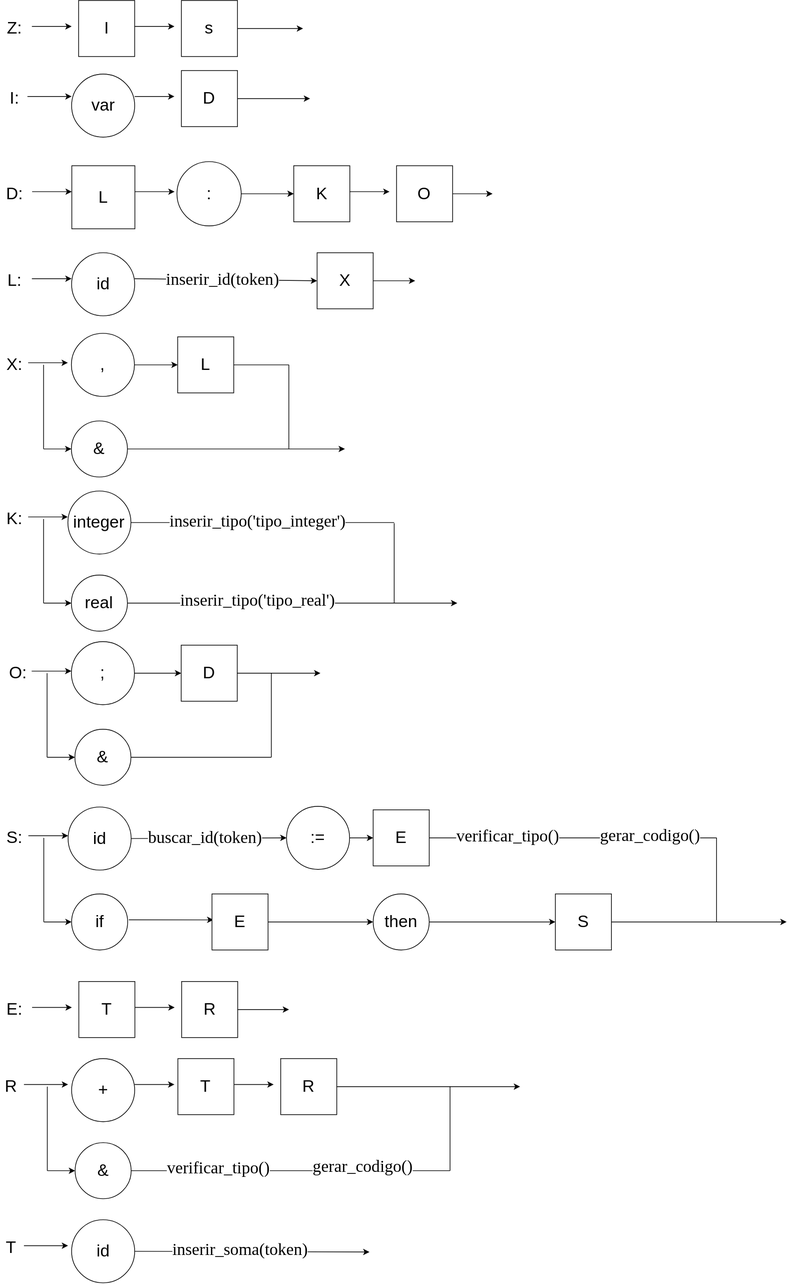
The draw.io diagram grafosSintaticos.svg in samuel4oliveira/compiladores-1, before a commit. Source tidied: cells renumbered, new cells last; positions are measured from the earlier drawing's top-left corner, leaving out a move shared by most shapes.
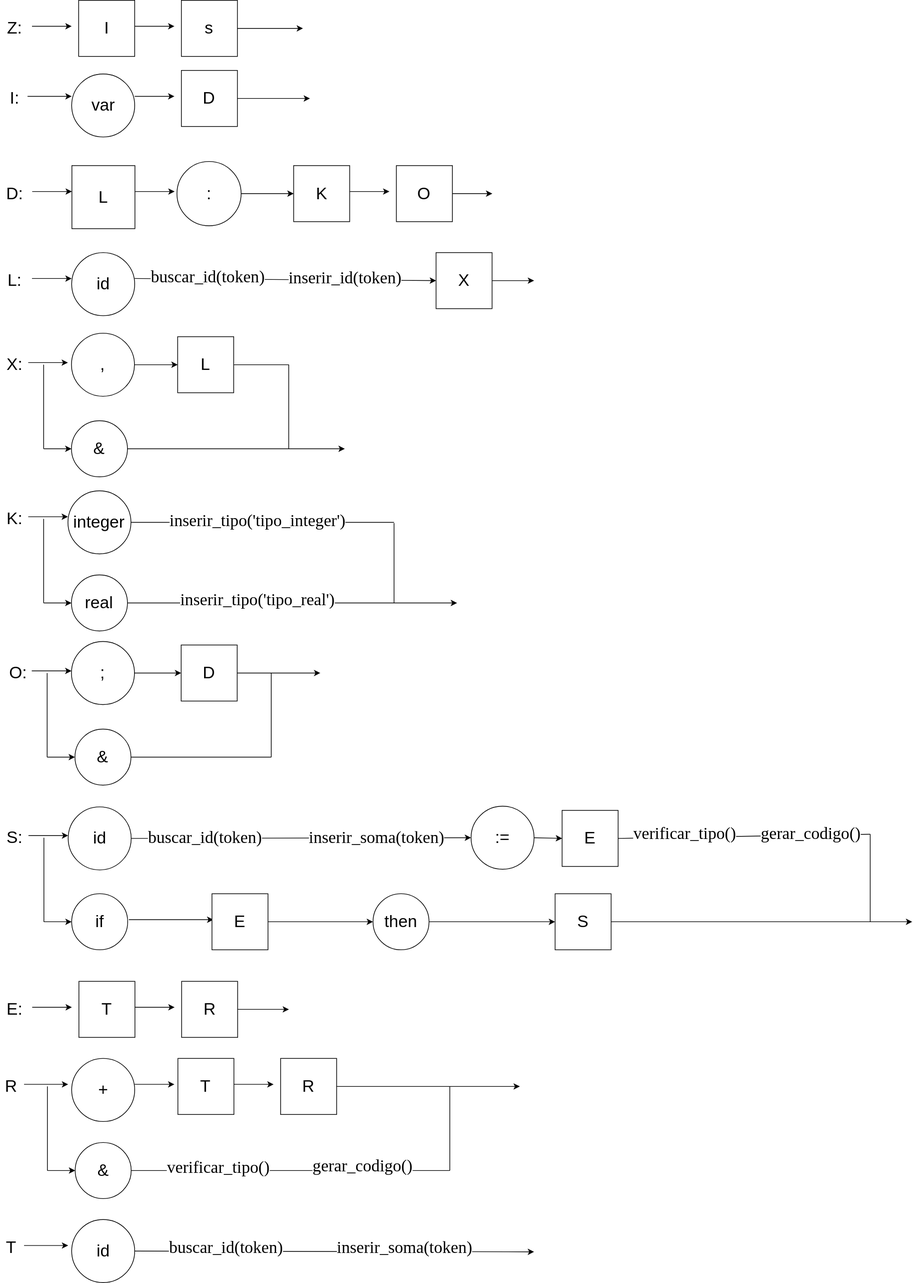
The same diagram one commit later.

Change to the diagram source:
```diff
@@ -206,13 +206,13 @@
       </mxGeometry>
     </mxCell>
     <mxCell id="53" value="&lt;font style=&quot;font-size: 24px&quot;&gt;:=&lt;/font&gt;" style="ellipse;whiteSpace=wrap;html=1;" parent="1" vertex="1">
-      <mxGeometry x="408.4" y="1150" width="90" height="90" as="geometry" />
+      <mxGeometry x="672" y="1150" width="90" height="90" as="geometry" />
     </mxCell>
     <mxCell id="54" style="endArrow=classic;html=1;exitX=1;exitY=0.5;exitDx=0;exitDy=0;entryX=0;entryY=0.5;entryDx=0;entryDy=0;" parent="1" edge="1" source="53" target="55">
       <mxGeometry relative="1" as="geometry" />
     </mxCell>
     <mxCell id="55" value="&lt;span style=&quot;font-size: 24px&quot;&gt;E&lt;/span&gt;" style="whiteSpace=wrap;html=1;" parent="1" vertex="1">
-      <mxGeometry x="532" y="1155" width="80" height="80" as="geometry" />
+      <mxGeometry x="802" y="1156" width="80" height="80" as="geometry" />
     </mxCell>
     <mxCell id="56" style="endArrow=classic;html=1;exitX=1.133;exitY=0.35;exitDx=0;exitDy=0;exitPerimeter=0;entryX=0.025;entryY=0.463;entryDx=0;entryDy=0;entryPerimeter=0;" parent="1" edge="1" target="57">
       <mxGeometry relative="1" as="geometry">
@@ -324,11 +324,11 @@
     </mxCell>
     <mxCell id="83" value="&lt;font style=&quot;font-size: 24px&quot; face=&quot;Comic Sans MS&quot;&gt;inserir_id(token)&lt;/font&gt;" style="text;html=1;align=center;verticalAlign=middle;labelBackgroundColor=#ffffff;" parent="82" vertex="1">
       <mxGeometry x="-0.08" y="1" relative="1" as="geometry">
-        <mxPoint x="4" y="-1" as="offset" />
+        <mxPoint x="103.2" y="-2.4" as="offset" />
       </mxGeometry>
     </mxCell>
     <mxCell id="84" value="&lt;span style=&quot;font-size: 24px&quot;&gt;X&lt;/span&gt;" style="whiteSpace=wrap;html=1;" parent="1" vertex="1">
-      <mxGeometry x="452" y="360" width="80" height="80" as="geometry" />
+      <mxGeometry x="622" y="360" width="80" height="80" as="geometry" />
     </mxCell>
     <mxCell id="85" value="&lt;span style=&quot;font-size: 24px&quot;&gt;id&lt;/span&gt;" style="ellipse;whiteSpace=wrap;html=1;" parent="1" vertex="1">
       <mxGeometry x="101.7" y="360" width="90" height="90" as="geometry" />
@@ -385,18 +385,18 @@
     </mxCell>
     <mxCell id="95" style="endArrow=none;html=1;exitX=1;exitY=0.5;exitDx=0;exitDy=0;" parent="1" edge="1" source="55">
       <mxGeometry relative="1" as="geometry">
-        <mxPoint x="1022" y="1195" as="targetPoint" />
+        <mxPoint x="1242" y="1190" as="targetPoint" />
       </mxGeometry>
     </mxCell>
     <mxCell id="96" style="endArrow=classic;html=1;exitX=1;exitY=0.5;exitDx=0;exitDy=0;" parent="1" edge="1" source="61">
       <mxGeometry relative="1" as="geometry">
-        <mxPoint x="1122" y="1315" as="targetPoint" />
+        <mxPoint x="1302" y="1315" as="targetPoint" />
       </mxGeometry>
     </mxCell>
     <mxCell id="97" style="endArrow=none;html=1;" parent="1" edge="1">
       <mxGeometry relative="1" as="geometry">
-        <mxPoint x="1022" y="1315" as="sourcePoint" />
-        <mxPoint x="1022" y="1195" as="targetPoint" />
+        <mxPoint x="1242" y="1315" as="sourcePoint" />
+        <mxPoint x="1242" y="1190" as="targetPoint" />
       </mxGeometry>
     </mxCell>
     <mxCell id="98" style="endArrow=none;html=1;exitX=1;exitY=0.5;exitDx=0;exitDy=0;" parent="1" edge="1" source="75">
@@ -447,7 +447,7 @@
     </mxCell>
     <mxCell id="107" style="endArrow=classic;html=1;exitX=1;exitY=0.5;exitDx=0;exitDy=0;" parent="1" edge="1" source="84">
       <mxGeometry relative="1" as="geometry">
-        <mxPoint x="592" y="400" as="targetPoint" />
+        <mxPoint x="762" y="400" as="targetPoint" />
       </mxGeometry>
     </mxCell>
     <mxCell id="108" style="endArrow=classic;html=1;exitX=1;exitY=0.5;exitDx=0;exitDy=0;" parent="1" edge="1" source="66">
@@ -457,7 +457,7 @@
     </mxCell>
     <mxCell id="109" style="endArrow=classic;html=1;exitX=1;exitY=0.5;exitDx=0;exitDy=0;" parent="1" edge="1" source="79">
       <mxGeometry relative="1" as="geometry">
-        <mxPoint x="526.7" y="1786" as="targetPoint" />
+        <mxPoint x="762" y="1786" as="targetPoint" />
       </mxGeometry>
     </mxCell>
     <mxCell id="110" value="&lt;span style=&quot;font-family: &amp;#34;comic sans ms&amp;#34; ; font-size: 24px&quot;&gt;verificar_tipo()&lt;/span&gt;" style="text;html=1;align=center;verticalAlign=middle;labelBackgroundColor=#ffffff;" parent="1" vertex="1">
@@ -466,17 +466,17 @@
       </mxGeometry>
     </mxCell>
     <mxCell id="111" value="&lt;span style=&quot;font-family: &amp;#34;comic sans ms&amp;#34; ; font-size: 24px&quot;&gt;inserir_soma(token)&lt;/span&gt;" style="text;html=1;align=center;verticalAlign=middle;labelBackgroundColor=#ffffff;" parent="1" vertex="1">
-      <mxGeometry x="336.7" y="1783" as="geometry">
+      <mxGeometry x="572" y="1780" as="geometry">
         <mxPoint x="4" y="-1" as="offset" />
       </mxGeometry>
     </mxCell>
     <mxCell id="112" value="&lt;span style=&quot;font-family: &amp;#34;comic sans ms&amp;#34; ; font-size: 24px&quot;&gt;verificar_tipo()&lt;/span&gt;" style="text;html=1;align=center;verticalAlign=middle;labelBackgroundColor=#ffffff;" parent="1" vertex="1">
-      <mxGeometry x="719" y="1193" as="geometry">
+      <mxGeometry x="972" y="1189" as="geometry">
         <mxPoint x="4" y="-1" as="offset" />
       </mxGeometry>
     </mxCell>
     <mxCell id="113" value="&lt;font face=&quot;comic sans ms&quot;&gt;&lt;span style=&quot;font-size: 24px&quot;&gt;gerar_codigo()&lt;/span&gt;&lt;/font&gt;" style="text;html=1;align=center;verticalAlign=middle;labelBackgroundColor=#ffffff;" parent="1" vertex="1">
-      <mxGeometry x="922" y="1192" as="geometry">
+      <mxGeometry x="1152" y="1189" as="geometry">
         <mxPoint x="4" y="-1" as="offset" />
       </mxGeometry>
     </mxCell>
@@ -485,5 +485,20 @@
         <mxPoint x="4" y="-1" as="offset" />
       </mxGeometry>
     </mxCell>
+    <mxCell id="115" value="&lt;span style=&quot;font-family: &amp;#34;comic sans ms&amp;#34; ; font-size: 24px&quot;&gt;buscar_id(token)&lt;/span&gt;" style="text;html=1;align=center;verticalAlign=middle;labelBackgroundColor=#ffffff;" parent="1" vertex="1">
+      <mxGeometry x="317" y="1780" as="geometry">
+        <mxPoint x="4" y="-1" as="offset" />
+      </mxGeometry>
+    </mxCell>
+    <mxCell id="116" value="&lt;span style=&quot;font-family: &amp;#34;comic sans ms&amp;#34; ; font-size: 24px&quot;&gt;inserir_soma(token)&lt;/span&gt;" style="text;html=1;align=center;verticalAlign=middle;labelBackgroundColor=#ffffff;" parent="1" vertex="1">
+      <mxGeometry x="532" y="1195" as="geometry">
+        <mxPoint x="4" y="-1" as="offset" />
+      </mxGeometry>
+    </mxCell>
+    <mxCell id="117" value="&lt;span style=&quot;font-family: &amp;#34;comic sans ms&amp;#34; ; font-size: 24px&quot;&gt;buscar_id(token)&lt;/span&gt;" style="text;html=1;align=center;verticalAlign=middle;labelBackgroundColor=#ffffff;" parent="1" vertex="1">
+      <mxGeometry x="291.3" y="395" as="geometry">
+        <mxPoint x="4" y="-1" as="offset" />
+      </mxGeometry>
+    </mxCell>
   </root>
 </mxGraphModel>
```
